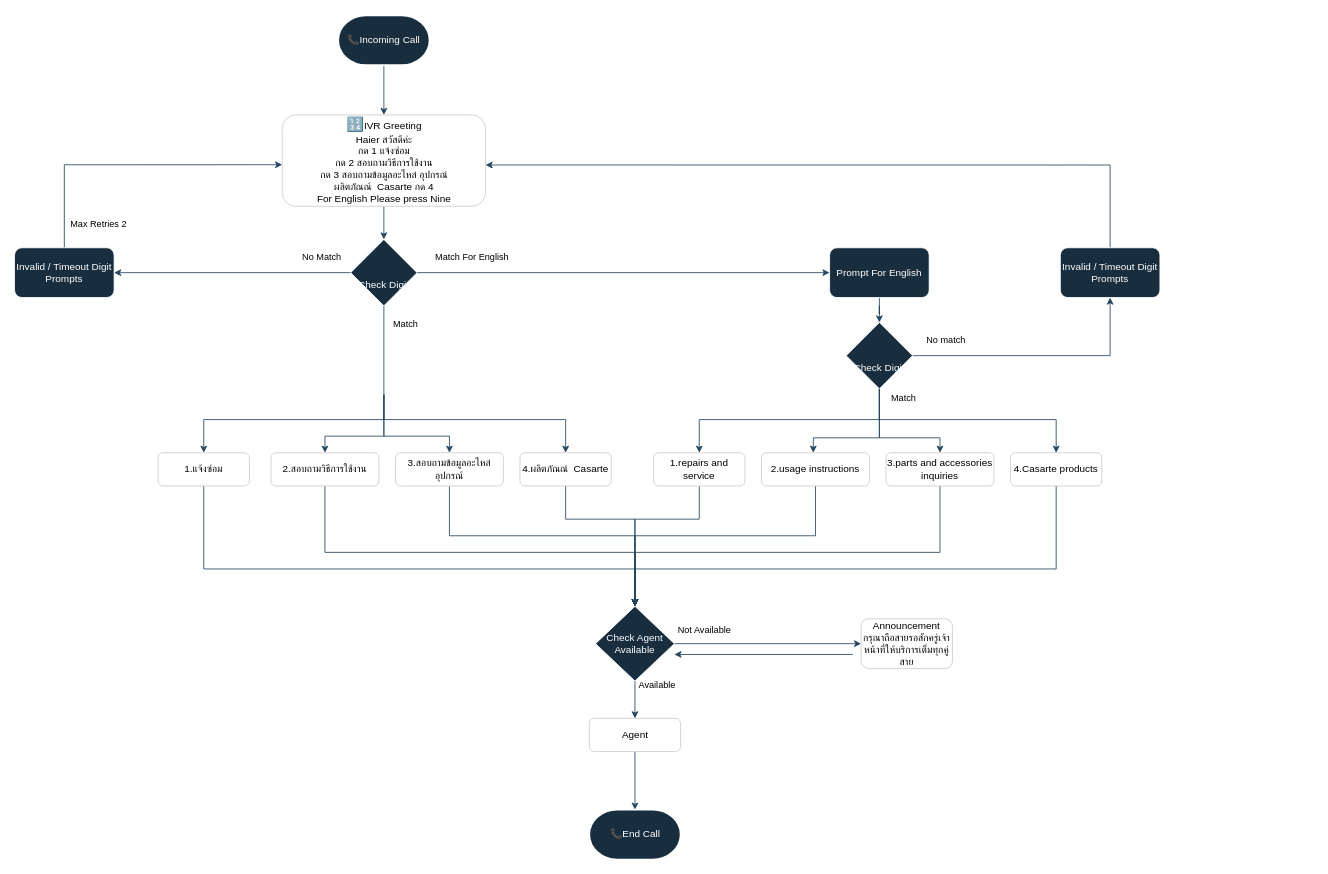
This is docs/Call Flow Haier.drawio from Anurak-Creator/ANURAK-HOMELAB, a draw.io file, before an edit. Source tidied: cells renumbered, new cells numbered last; positions are measured from the earlier drawing's top-left corner, leaving out a move shared by most shapes. Both pictures are drawn from the tidied source at 83%, with x=0, y=0 at pixel (14, 15).
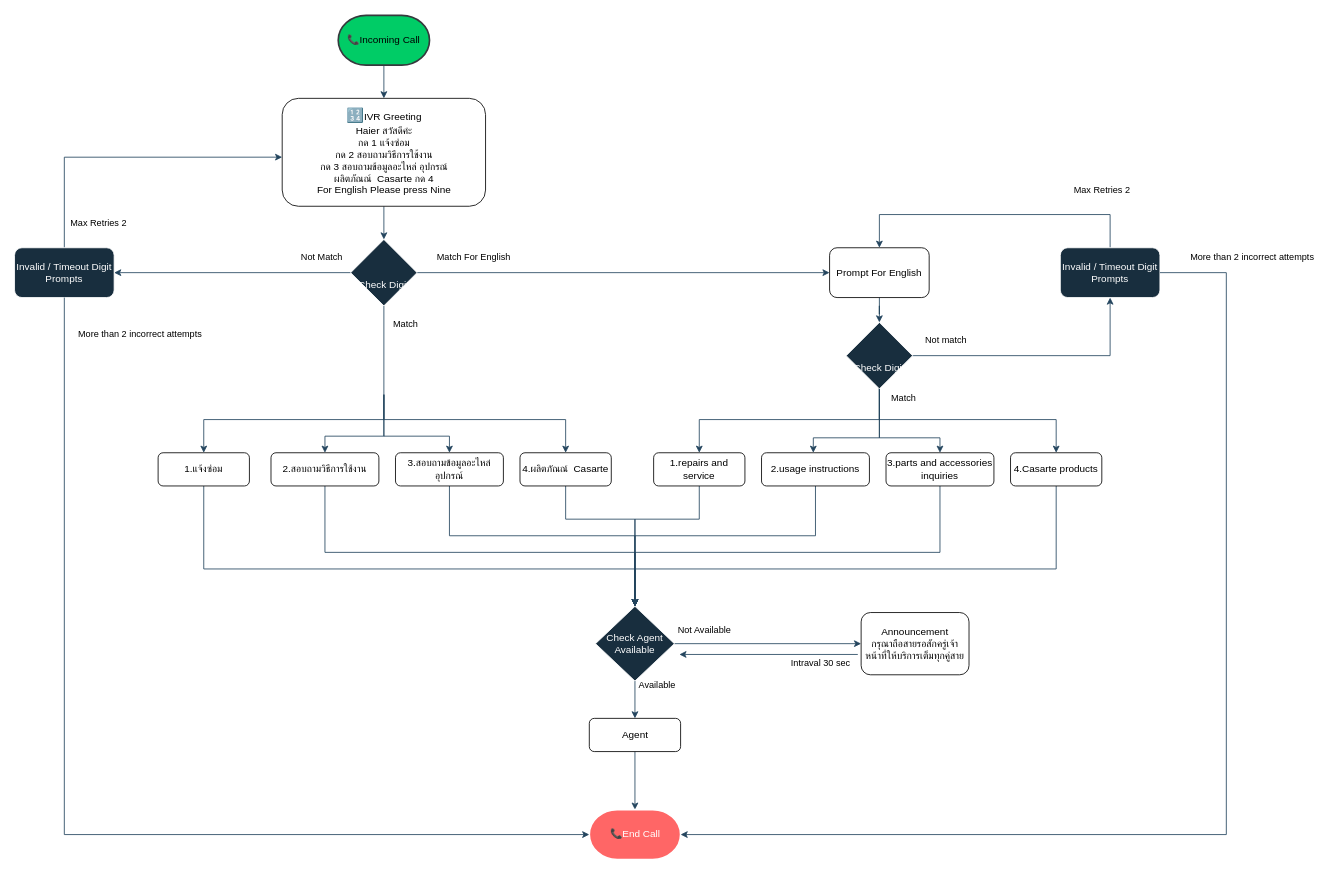
After the change.

Unchanged cells that the change refers to:
```xml
<mxCell id="14" style="edgeStyle=orthogonalEdgeStyle;rounded=0;jettySize=auto;html=1;strokeColor=#23445D;defaultLabelBackgroundColor=page;" parent="1" edge="1" source="23" target="26">
  <mxGeometry relative="1" as="geometry" />
</mxCell>
<mxCell id="21" style="edgeStyle=orthogonalEdgeStyle;rounded=0;jettySize=auto;html=1;entryX=0;entryY=0.5;entryDx=0;entryDy=0;strokeColor=#23445D;defaultLabelBackgroundColor=page;" parent="1" edge="1" source="23" target="33">
  <mxGeometry x="0.13" relative="1" as="geometry">
    <Array as="points">
      <mxPoint x="982" y="310" />
    </Array>
  </mxGeometry>
</mxCell>
<mxCell id="26" value="Invalid / Timeout Digit Prompts" style="rounded=1;whiteSpace=wrap;html=1;roundedPerimeter=1;strokeColor=#FFFFFF;fontColor=#FFFFFF;fillColor=#182E3E;" parent="1" vertex="1">
  <mxGeometry y="280" width="120" height="60" as="geometry" />
</mxCell>
<mxCell id="52" style="edgeStyle=orthogonalEdgeStyle;rounded=0;jettySize=auto;html=1;entryX=0.5;entryY=1;entryDx=0;entryDy=0;strokeColor=#23445D;defaultLabelBackgroundColor=page;" parent="1" edge="1" source="54" target="56">
  <mxGeometry relative="1" as="geometry" />
</mxCell>
<mxCell id="56" value="Invalid / Timeout Digit Prompts" style="rounded=1;whiteSpace=wrap;html=1;roundedPerimeter=1;strokeColor=#FFFFFF;fontColor=#FFFFFF;fillColor=#182E3E;" parent="1" vertex="1">
  <mxGeometry x="1260" y="280" width="120" height="60" as="geometry" />
</mxCell>
```

Diff of the diagram source:
```diff
@@
-    <mxCell id="3" value="📞Incoming Call" style="strokeWidth=2;html=1;shape=mxgraph.flowchart.terminator;whiteSpace=wrap;labelBackgroundColor=none;fillColor=#182E3E;strokeColor=#FFFFFF;fontColor=#FFFFFF;" parent="1" vertex="1">
+    <mxCell id="3" value="📞Incoming Call" style="strokeWidth=2;html=1;shape=mxgraph.flowchart.terminator;whiteSpace=wrap;labelBackgroundColor=none;fillColor=#00CC66;strokeColor=#36393d;" parent="1" vertex="1">
       <mxGeometry x="390" width="110" height="60" as="geometry" />
     </mxCell>
@@
-    <mxCell id="5" value="&lt;span style=&quot;color: rgb(0, 0, 0);&quot;&gt;&lt;font style=&quot;font-size: 17px;&quot;&gt;🔢&lt;/font&gt;IVR Greeting&lt;/span&gt;&lt;div style=&quot;color: rgb(0, 0, 0);&quot;&gt;Haier สวัสดีค่ะ&lt;/div&gt;&lt;div style=&quot;color: rgb(0, 0, 0);&quot;&gt;&lt;div&gt;กด 1 แจ้งซ่อม&lt;/div&gt;&lt;div&gt;กด 2 สอบถามวิธีการใช้งาน&lt;/div&gt;&lt;div&gt;กด 3 สอบถามข้อมูลอะไหล่ อุปกรณ์&lt;/div&gt;&lt;div&gt;ผลิตภัณณ์&amp;nbsp; Casarte กด 4&lt;/div&gt;&lt;div&gt;For English Please press Nine&lt;/div&gt;&lt;/div&gt;" style="rounded=1;whiteSpace=wrap;html=1;roundedPerimeter=1;strokeColor=#CCCCCC;" parent="1" vertex="1">
-      <mxGeometry x="322.5" y="120" width="245" height="110" as="geometry" />
+    <mxCell id="5" value="&lt;span style=&quot;color: rgb(0, 0, 0);&quot;&gt;&lt;font style=&quot;font-size: 17px;&quot;&gt;🔢&lt;/font&gt;IVR Greeting&lt;/span&gt;&lt;div style=&quot;color: rgb(0, 0, 0);&quot;&gt;Haier สวัสดีค่ะ&lt;/div&gt;&lt;div style=&quot;color: rgb(0, 0, 0);&quot;&gt;&lt;div&gt;กด 1 แจ้งซ่อม&lt;/div&gt;&lt;div&gt;กด 2 สอบถามวิธีการใช้งาน&lt;/div&gt;&lt;div&gt;กด 3 สอบถามข้อมูลอะไหล่ อุปกรณ์&lt;/div&gt;&lt;div&gt;ผลิตภัณณ์&amp;nbsp; Casarte กด 4&lt;/div&gt;&lt;div&gt;For English Please press Nine&lt;/div&gt;&lt;/div&gt;" style="rounded=1;whiteSpace=wrap;html=1;roundedPerimeter=1;" parent="1" vertex="1">
+      <mxGeometry x="322.5" y="100" width="245" height="130" as="geometry" />
     </mxCell>
@@
-    <mxCell id="7" value="1.แจ้งซ่อม" style="rounded=1;whiteSpace=wrap;html=1;roundedPerimeter=1;strokeColor=#CCCCCC;" parent="1" vertex="1">
+    <mxCell id="7" value="1.แจ้งซ่อม" style="rounded=1;whiteSpace=wrap;html=1;roundedPerimeter=1;" parent="1" vertex="1">
       <mxGeometry x="173" y="527" width="110" height="40" as="geometry" />
     </mxCell>
@@
-    <mxCell id="9" value="2.สอบถามวิธีการใช้งาน" style="rounded=1;whiteSpace=wrap;html=1;roundedPerimeter=1;strokeColor=#CCCCCC;" parent="1" vertex="1">
+    <mxCell id="9" value="2.สอบถามวิธีการใช้งาน" style="rounded=1;whiteSpace=wrap;html=1;roundedPerimeter=1;" parent="1" vertex="1">
       <mxGeometry x="309" y="527" width="130" height="40" as="geometry" />
     </mxCell>
@@
-    <mxCell id="11" value="&lt;div&gt;3.สอบถามข้อมูลอะไหล่ อุปกรณ์&lt;/div&gt;" style="rounded=1;whiteSpace=wrap;html=1;roundedPerimeter=1;strokeColor=#CCCCCC;" parent="1" vertex="1">
+    <mxCell id="11" value="&lt;div&gt;3.สอบถามข้อมูลอะไหล่ อุปกรณ์&lt;/div&gt;" style="rounded=1;whiteSpace=wrap;html=1;roundedPerimeter=1;" parent="1" vertex="1">
       <mxGeometry x="459" y="527" width="130" height="40" as="geometry" />
     </mxCell>
@@
-    <mxCell id="13" value="4.ผลิตภัณณ์&amp;nbsp; Casarte" style="rounded=1;whiteSpace=wrap;html=1;roundedPerimeter=1;strokeColor=#CCCCCC;" parent="1" vertex="1">
+    <mxCell id="13" value="4.ผลิตภัณณ์&amp;nbsp; Casarte" style="rounded=1;whiteSpace=wrap;html=1;roundedPerimeter=1;" parent="1" vertex="1">
       <mxGeometry x="609" y="527" width="110" height="40" as="geometry" />
     </mxCell>
@@
-    <mxCell id="15" value="No Match" style="edgeLabel;html=1;align=center;verticalAlign=middle;inheritText=1;defaultLabelBackgroundColor=page;" parent="14" vertex="1">
+    <mxCell id="15" value="Not Match" style="edgeLabel;html=1;align=center;verticalAlign=middle;inheritText=1;defaultLabelBackgroundColor=page;" parent="14" vertex="1">
       <mxGeometry x="-0.75" y="-1" relative="1" as="geometry">
         <mxPoint y="-19" as="offset" />
       </mxGeometry>
     </mxCell>
@@
     <mxCell id="22" value="Match For English" style="edgeLabel;html=1;align=center;verticalAlign=middle;inheritText=1;defaultLabelBackgroundColor=page;" parent="21" vertex="1">
       <mxGeometry x="-0.74" y="2" relative="1" as="geometry">
-        <mxPoint y="-18" as="offset" />
+        <mxPoint x="2" y="-18" as="offset" />
       </mxGeometry>
     </mxCell>
@@
     <mxCell id="24" style="edgeStyle=orthogonalEdgeStyle;rounded=0;jettySize=auto;html=1;entryX=0.012;entryY=0.544;entryDx=0;entryDy=0;strokeColor=#23445D;defaultLabelBackgroundColor=page;" parent="1" edge="1" source="26" target="5">
       <mxGeometry relative="1" as="geometry">
         <Array as="points">
-          <mxPoint x="60" y="180" />
+          <mxPoint x="60" y="170.9" />
         </Array>
       </mxGeometry>
     </mxCell>
@@
-    <mxCell id="33" value="Prompt For English" style="rounded=1;whiteSpace=wrap;html=1;roundedPerimeter=1;strokeColor=#FFFFFF;fontColor=#FFFFFF;fillColor=#182E3E;" parent="1" vertex="1">
+    <mxCell id="33" value="Prompt For English" style="rounded=1;whiteSpace=wrap;html=1;roundedPerimeter=1;" parent="1" vertex="1">
       <mxGeometry x="982" y="280" width="120" height="60" as="geometry" />
     </mxCell>
@@
-    <mxCell id="35" value="1.repairs and service" style="rounded=1;whiteSpace=wrap;html=1;roundedPerimeter=1;strokeColor=#CCCCCC;" parent="1" vertex="1">
+    <mxCell id="35" value="1.repairs and service" style="rounded=1;whiteSpace=wrap;html=1;roundedPerimeter=1;" parent="1" vertex="1">
       <mxGeometry x="770" y="527" width="110" height="40" as="geometry" />
     </mxCell>
@@
-    <mxCell id="37" value="2.usage instructions" style="rounded=1;whiteSpace=wrap;html=1;roundedPerimeter=1;strokeColor=#CCCCCC;" parent="1" vertex="1">
+    <mxCell id="37" value="2.usage instructions" style="rounded=1;whiteSpace=wrap;html=1;roundedPerimeter=1;" parent="1" vertex="1">
       <mxGeometry x="900" y="527" width="130" height="40" as="geometry" />
     </mxCell>
@@
-    <mxCell id="39" value="&lt;div&gt;3.parts and accessories inquiries&lt;/div&gt;" style="rounded=1;whiteSpace=wrap;html=1;roundedPerimeter=1;strokeColor=#CCCCCC;" parent="1" vertex="1">
+    <mxCell id="39" value="&lt;div&gt;3.parts and accessories inquiries&lt;/div&gt;" style="rounded=1;whiteSpace=wrap;html=1;roundedPerimeter=1;" parent="1" vertex="1">
       <mxGeometry x="1050" y="527" width="130" height="40" as="geometry" />
     </mxCell>
@@
-    <mxCell id="41" value="4.Casarte products" style="rounded=1;whiteSpace=wrap;html=1;roundedPerimeter=1;strokeColor=#CCCCCC;" parent="1" vertex="1">
+    <mxCell id="41" value="4.Casarte products" style="rounded=1;whiteSpace=wrap;html=1;roundedPerimeter=1;" parent="1" vertex="1">
       <mxGeometry x="1200" y="527" width="110" height="40" as="geometry" />
     </mxCell>
@@
-    <mxCell id="48" value="Agent" style="rounded=1;whiteSpace=wrap;html=1;roundedPerimeter=1;strokeColor=#CCCCCC;" parent="1" vertex="1">
+    <mxCell id="48" value="Agent" style="rounded=1;whiteSpace=wrap;html=1;roundedPerimeter=1;" parent="1" vertex="1">
       <mxGeometry x="692.5" y="847" width="110" height="40" as="geometry" />
     </mxCell>
-    <mxCell id="49" value="&lt;div&gt;Announcement&lt;/div&gt;&lt;div&gt;กรุณาถือสายรอสักครู่เจ้าหน้าที่ให้บริการเต็มทุกคู่สาย&lt;/div&gt;" style="rounded=1;whiteSpace=wrap;html=1;roundedPerimeter=1;strokeColor=#CCCCCC;" parent="1" vertex="1">
-      <mxGeometry x="1020" y="727" width="110" height="60" as="geometry" />
+    <mxCell id="49" value="&lt;div&gt;Announcement&lt;/div&gt;&lt;div&gt;กรุณาถือสายรอสักครู่เจ้าหน้าที่ให้บริการเต็มทุกคู่สาย&lt;/div&gt;" style="rounded=1;whiteSpace=wrap;html=1;roundedPerimeter=1;" parent="1" vertex="1">
+      <mxGeometry x="1020" y="719.5" width="130" height="75" as="geometry" />
     </mxCell>
-    <mxCell id="50" value="📞End Call" style="strokeWidth=2;html=1;shape=mxgraph.flowchart.terminator;whiteSpace=wrap;labelBackgroundColor=none;fillColor=#182E3E;strokeColor=#FFFFFF;fontColor=#FFFFFF;" parent="1" vertex="1">
+    <mxCell id="50" value="📞End Call" style="strokeWidth=2;html=1;shape=mxgraph.flowchart.terminator;whiteSpace=wrap;labelBackgroundColor=none;fillColor=#FF6666;strokeColor=#FFFFFF;fontColor=#FFFFFF;" parent="1" vertex="1">
       <mxGeometry x="692.5" y="957" width="110" height="60" as="geometry" />
     </mxCell>
     <mxCell id="51" style="edgeStyle=orthogonalEdgeStyle;rounded=0;orthogonalLoop=1;jettySize=auto;html=1;entryX=0;entryY=0.5;entryDx=0;entryDy=0;strokeColor=#23445D;defaultLabelBackgroundColor=page;startArrow=classic;startFill=1;endArrow=none;endFill=0;" parent="1" edge="1">
       <mxGeometry relative="1" as="geometry">
-        <mxPoint x="795" y="770" as="sourcePoint" />
-        <mxPoint x="1010" y="770" as="targetPoint" />
+        <mxPoint x="801" y="770" as="sourcePoint" />
+        <mxPoint x="1016" y="770" as="targetPoint" />
       </mxGeometry>
     </mxCell>
+    <mxCell id="57" value="Intraval 30 sec" style="edgeLabel;html=1;align=center;verticalAlign=middle;inheritText=1;defaultLabelBackgroundColor=page;" parent="51" vertex="1">
+      <mxGeometry x="0.67" y="-1" relative="1" as="geometry">
+        <mxPoint x="-11" y="9" as="offset" />
+      </mxGeometry>
+    </mxCell>
@@
-    <mxCell id="53" value="No match" style="edgeLabel;html=1;align=center;verticalAlign=middle;inheritText=1;defaultLabelBackgroundColor=page;" parent="52" vertex="1">
+    <mxCell id="53" value="Not match" style="edgeLabel;html=1;align=center;verticalAlign=middle;inheritText=1;defaultLabelBackgroundColor=page;" parent="52" vertex="1">
       <mxGeometry x="-0.73" y="3" relative="1" as="geometry">
         <mxPoint x="-3" y="-17" as="offset" />
       </mxGeometry>
     </mxCell>
@@
-    <mxCell id="55" style="edgeStyle=orthogonalEdgeStyle;rounded=0;jettySize=auto;html=1;entryX=1.002;entryY=0.548;entryDx=0;entryDy=0;strokeColor=#23445D;defaultLabelBackgroundColor=page;" parent="1" edge="1" source="56" target="5">
-      <mxGeometry x="-0.01" relative="1" as="geometry">
-        <Array as="points">
-          <mxPoint x="1320" y="180.3" />
-        </Array>
-      </mxGeometry>
-    </mxCell>
+    <mxCell id="58" style="edgeStyle=orthogonalEdgeStyle;rounded=0;jettySize=auto;html=1;entryX=0.5;entryY=0;entryDx=0;entryDy=0;strokeColor=#23445D;defaultLabelBackgroundColor=page;" parent="1" edge="1" source="56" target="33">
+      <mxGeometry x="0.2" relative="1" as="geometry">
+        <Array as="points">
+          <mxPoint x="1320" y="240" />
+          <mxPoint x="1042" y="240" />
+        </Array>
+      </mxGeometry>
+    </mxCell>
+    <mxCell id="59" value="Max Retries 2" style="edgeLabel;html=1;align=center;verticalAlign=middle;inheritText=1;defaultLabelBackgroundColor=page;" parent="58" vertex="1">
+      <mxGeometry x="-0.56" relative="1" as="geometry">
+        <mxPoint x="28" y="-30" as="offset" />
+      </mxGeometry>
+    </mxCell>
@@
+    <mxCell id="60" style="edgeStyle=orthogonalEdgeStyle;rounded=0;jettySize=auto;html=1;entryX=0;entryY=0.5;entryDx=0;entryDy=0;entryPerimeter=0;strokeColor=#23445D;defaultLabelBackgroundColor=page;" parent="1" edge="1" source="26" target="50">
+      <mxGeometry relative="1" as="geometry">
+        <Array as="points">
+          <mxPoint x="60" y="987" />
+        </Array>
+      </mxGeometry>
+    </mxCell>
+    <mxCell id="61" value="More than 2 incorrect attempts" style="edgeLabel;html=1;align=center;verticalAlign=middle;inheritText=1;defaultLabelBackgroundColor=page;" parent="60" vertex="1">
+      <mxGeometry x="-0.87" y="1" relative="1" as="geometry">
+        <mxPoint x="89" y="-40" as="offset" />
+      </mxGeometry>
+    </mxCell>
+    <mxCell id="62" style="edgeStyle=orthogonalEdgeStyle;rounded=0;jettySize=auto;html=1;entryX=1;entryY=0.5;entryDx=0;entryDy=0;entryPerimeter=0;strokeColor=#23445D;defaultLabelBackgroundColor=page;" parent="1" edge="1" source="56" target="50">
+      <mxGeometry relative="1" as="geometry">
+        <Array as="points">
+          <mxPoint x="1460" y="310" />
+          <mxPoint x="1460" y="987" />
+        </Array>
+      </mxGeometry>
+    </mxCell>
+    <mxCell id="63" value="More than 2 incorrect attempts" style="edgeLabel;html=1;align=center;verticalAlign=middle;inheritText=1;defaultLabelBackgroundColor=page;" parent="62" vertex="1">
+      <mxGeometry x="-0.8" y="-1" relative="1" as="geometry">
+        <mxPoint x="31" y="-81" as="offset" />
+      </mxGeometry>
+    </mxCell>
```
